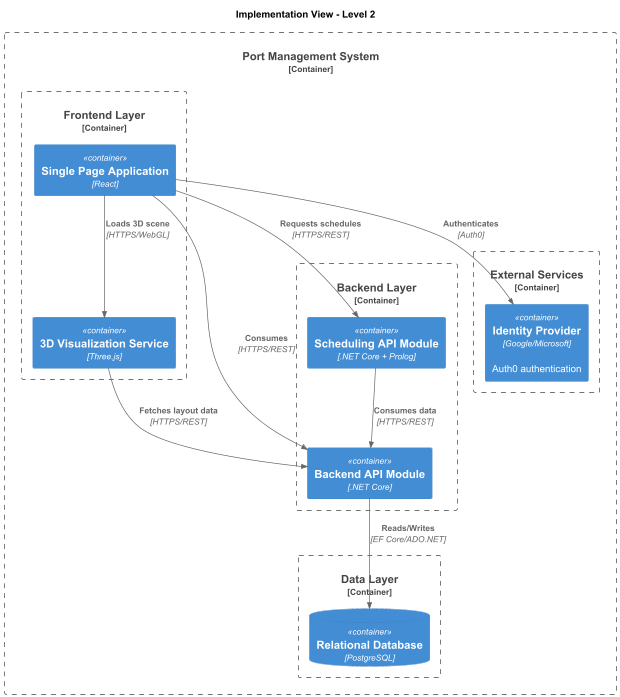
Earlier version of the PlantUML export docs/PNG/implementation02.png (adampawelka/PortManagement).
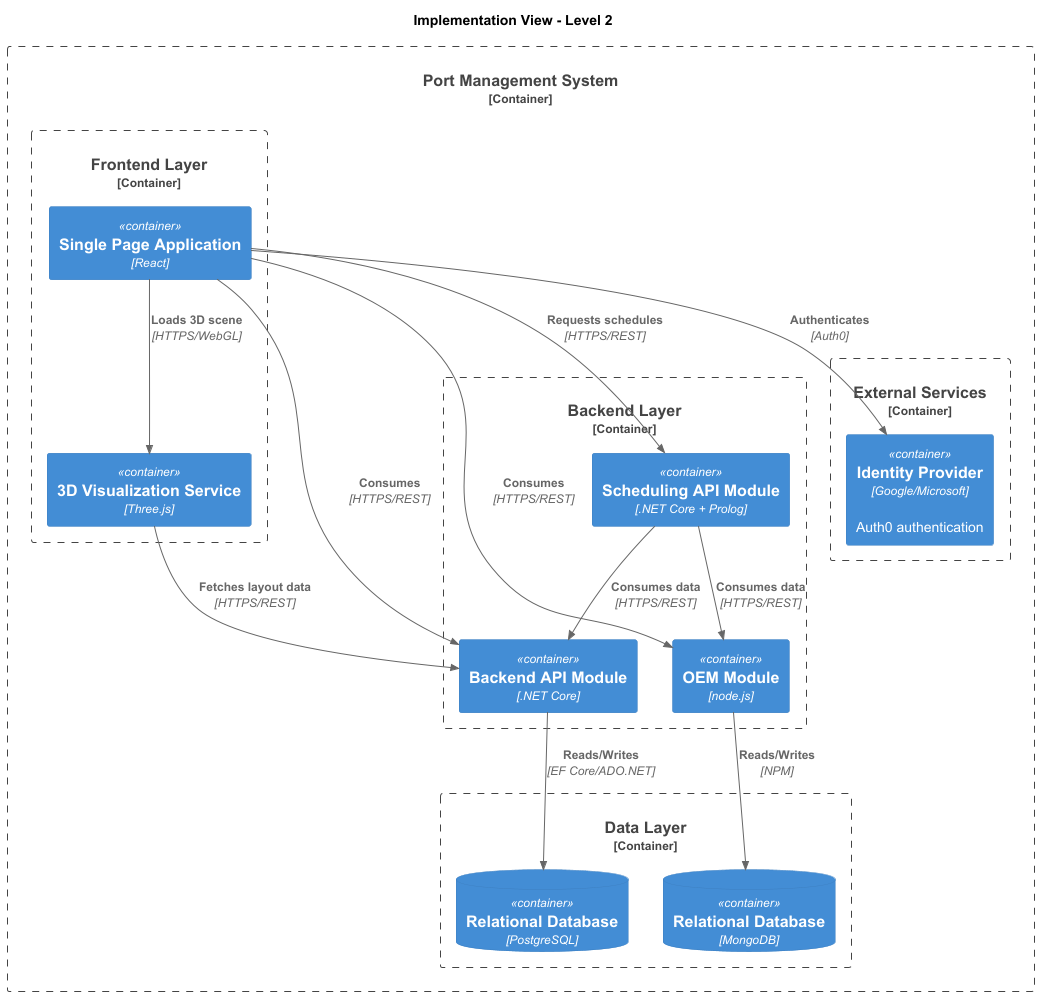
The same file after the commit.

Diff of the diagram source:
```diff
@@ -10,11 +10,13 @@
 
     Container_Boundary(backend, "Backend Layer") {
         Container(api, "Backend API Module", ".NET Core")
+        Container(oem, "OEM Module", "node.js")
         Container(scheduling, "Scheduling API Module", ".NET Core + Prolog")
     }
 
     Container_Boundary(data, "Data Layer") {
         ContainerDb(db, "Relational Database", "PostgreSQL")
+        ContainerDb(db2, "Relational Database", "MongoDB")
     }
 
     Container_Boundary(external, "External Services") {
@@ -23,12 +25,15 @@
 }
 
 Rel(spa, api, "Consumes", "HTTPS/REST")
+Rel(spa, oem, "Consumes", "HTTPS/REST")
 Rel(spa, scheduling, "Requests schedules", "HTTPS/REST")
 Rel(spa, viz, "Loads 3D scene", "HTTPS/WebGL")
 Rel(spa, iam, "Authenticates", "Auth0")
 
 Rel(api, db, "Reads/Writes", "EF Core/ADO.NET")
+Rel(oem, db2, "Reads/Writes", "NPM")
 Rel(scheduling, api, "Consumes data", "HTTPS/REST")
+Rel(scheduling, oem, "Consumes data", "HTTPS/REST")
 Rel(viz, api, "Fetches layout data", "HTTPS/REST")
 
 
```
